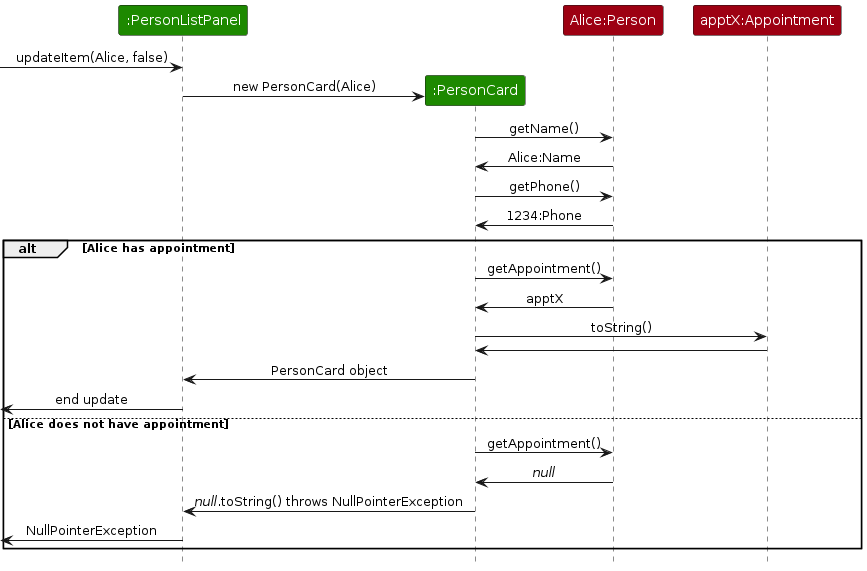
AY2324S1-CS2103T-T14-3/tp keeps this PlantUML diagram as diagrams/AppointmentSequence0.png. Above is the earlier version. Its source is kept beside it as diagrams/AppointmentSequence0.puml.
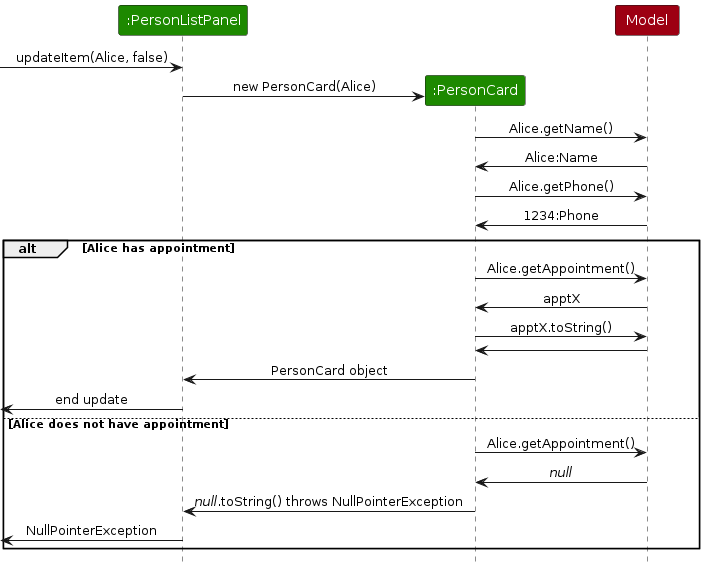
After the change.

Change to the diagram source:
```diff
@@ -4,29 +4,28 @@
 
 Participant ":PersonListPanel" as panel UI_COLOR
 Participant ":PersonCard" as personCardA UI_COLOR
-Participant "Alice:Person" as personA MODEL_COLOR
-Participant "apptX:Appointment" as appt MODEL_COLOR
+Participant "Model" as personA MODEL_COLOR
 
 [-> panel : updateItem(Alice, false)
 
 Create personCardA
 panel -> personCardA : new PersonCard(Alice)
 
-personCardA -> personA : getName()
+personCardA -> personA : Alice.getName()
 personA -> personCardA : Alice:Name
 
-personCardA -> personA : getPhone()
+personCardA -> personA : Alice.getPhone()
 personA -> personCardA : 1234:Phone
 
 alt Alice has appointment
-    personCardA -> personA : getAppointment()
+    personCardA -> personA : Alice.getAppointment()
     personA -> personCardA : apptX
-    personCardA -> appt : toString()
-    appt -> personCardA
+    personCardA -> personA : apptX.toString()
+    personA -> personCardA
     personCardA -> panel : PersonCard object
     <- panel : end update
 else Alice does not have appointment
-    personCardA -> personA : getAppointment()
+    personCardA -> personA : Alice.getAppointment()
     personA -> personCardA : //null//
     personCardA -> panel : //null//.toString() throws NullPointerException
     <- panel : NullPointerException
```
